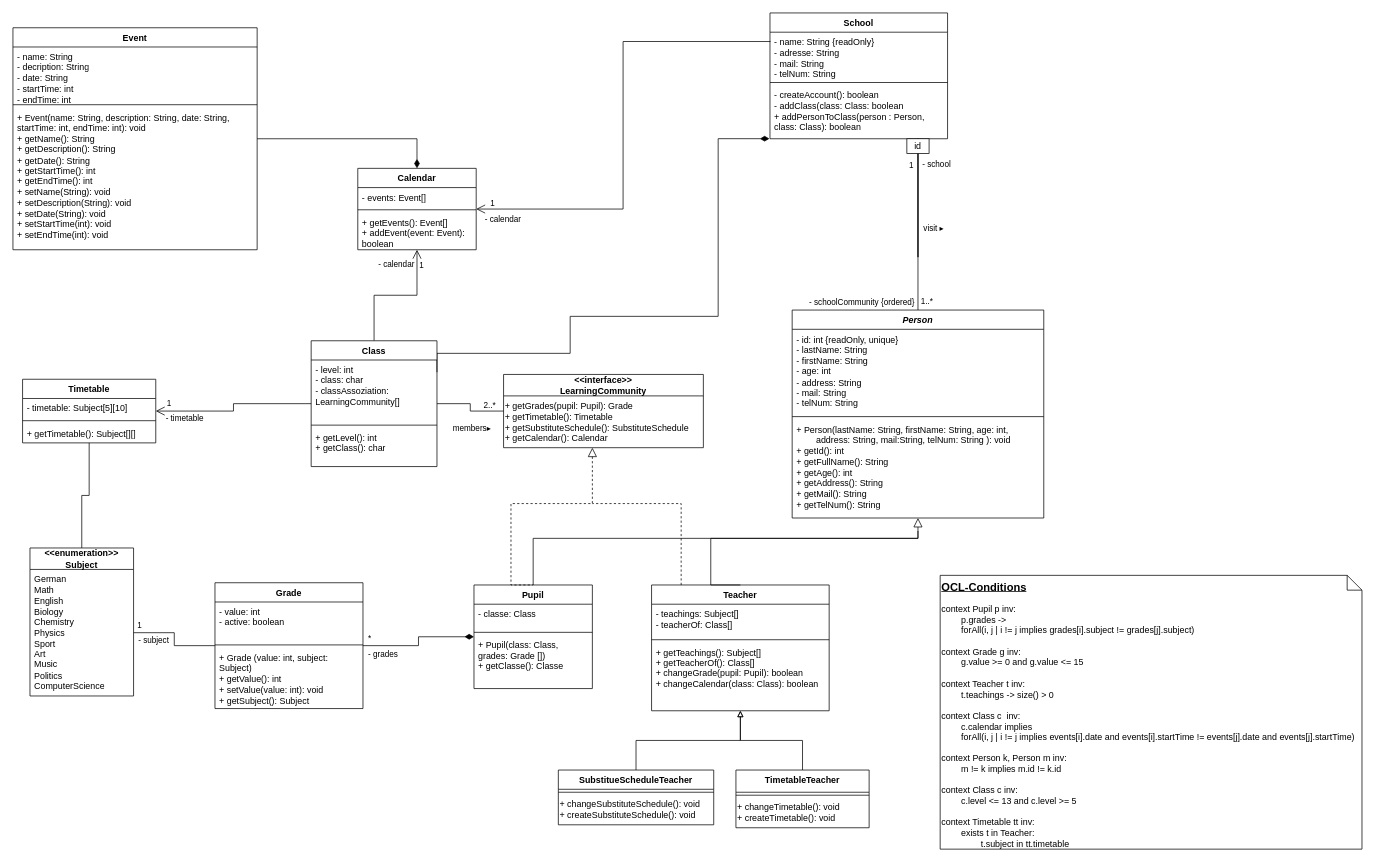
Above: ClassDiagram.drawio in TrainFan1804/SchulverwaltungUML (draw.io), before the change. Source tidied: cells renumbered, new cells numbered last; positions are measured from the earlier drawing's top-left corner, leaving out a move shared by most shapes. Both pictures are drawn from the tidied source at 74%, with x=0, y=0 at pixel (13, 13).
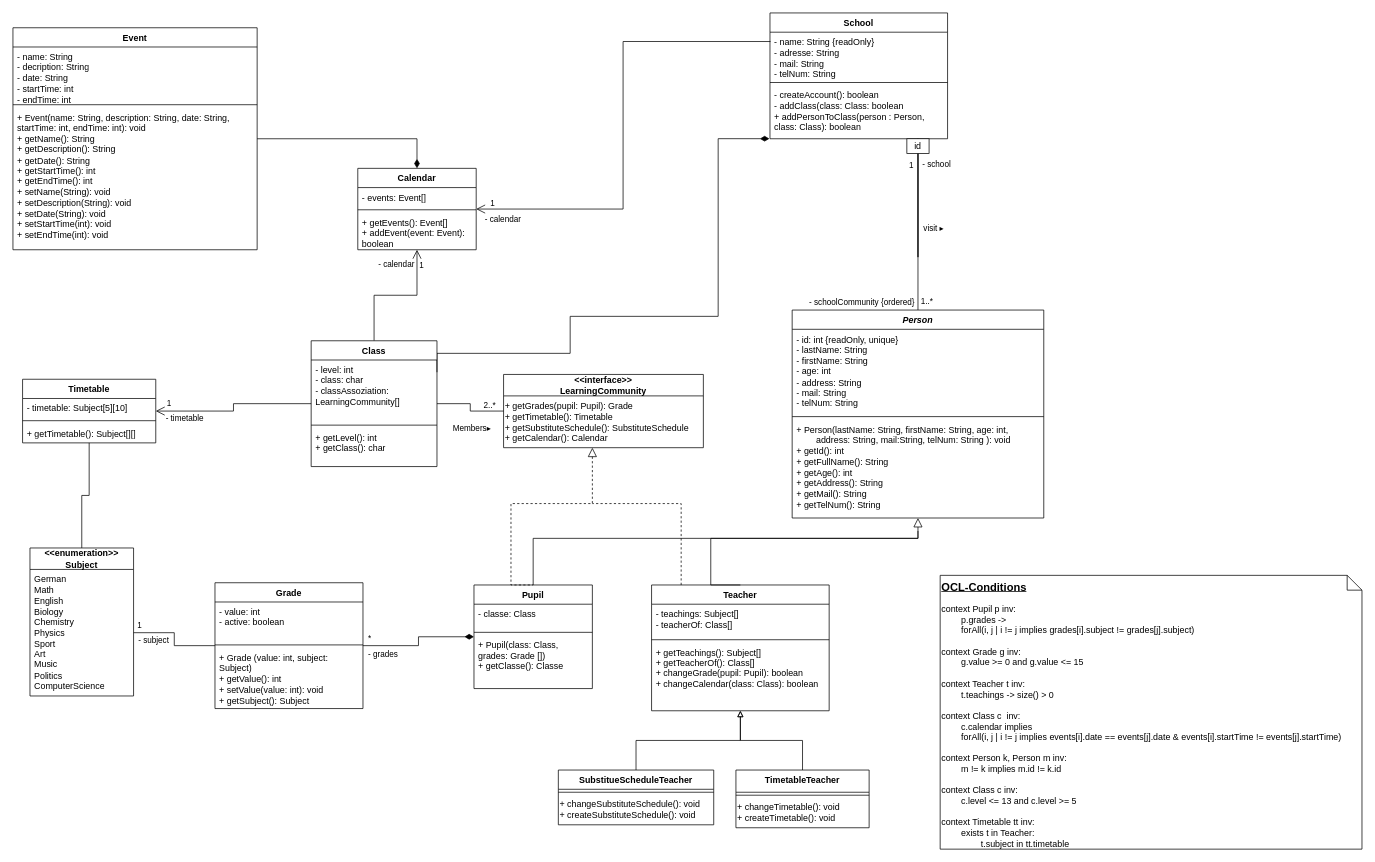
After the change.

The change refers to these unchanged cells:
```xml
<mxCell id="69" style="edgeStyle=orthogonalEdgeStyle;rounded=0;jettySize=auto;html=1;entryX=1;entryY=0.5;entryDx=0;entryDy=0;endArrow=none;endFill=0;" parent="1" edge="1" source="72" target="47">
  <mxGeometry relative="1" as="geometry" />
</mxCell>
```

Change to the diagram source:
```diff
@@
-    <mxCell id="71" value="members▸" style="edgeLabel;html=1;align=center;verticalAlign=middle;" parent="69" vertex="1">
+    <mxCell id="71" value="Members▸" style="edgeLabel;html=1;align=center;verticalAlign=middle;" parent="69" vertex="1">
       <mxGeometry x="-0.24" y="2" relative="1" as="geometry">
         <mxPoint x="-6" y="20" as="offset" />
       </mxGeometry>
     </mxCell>
@@
-    <mxCell id="83" value="&lt;b&gt;&lt;u&gt;&lt;font style=&quot;font-size: 15px;&quot;&gt;OCL-Conditions&lt;/font&gt;&lt;/u&gt;&lt;/b&gt;&lt;div&gt;&lt;br&gt;&lt;/div&gt;&lt;div&gt;context Pupil p inv:&lt;/div&gt;&lt;div&gt;&lt;span style=&quot;white-space: pre;&quot;&gt;&#9;&lt;/span&gt;p.grades -&amp;gt;&amp;nbsp;&lt;/div&gt;&lt;div&gt;&lt;span style=&quot;white-space: pre;&quot;&gt;&#9;&lt;/span&gt;forAll(i, j | i != j implies grades[i].subject !=&amp;nbsp;&lt;span style=&quot;background-color: initial;&quot;&gt;grades[j].subject)&lt;/span&gt;&lt;/div&gt;&lt;div&gt;&lt;span style=&quot;background-color: initial;&quot;&gt;&lt;br&gt;&lt;/span&gt;&lt;/div&gt;&lt;div&gt;&lt;span style=&quot;background-color: initial;&quot;&gt;context Grade g inv:&lt;/span&gt;&lt;/div&gt;&lt;div&gt;&lt;span style=&quot;background-color: initial;&quot;&gt;&lt;span style=&quot;white-space: pre;&quot;&gt;&#9;&lt;/span&gt;g.value &amp;gt;= 0 and g.value &amp;lt;= 15&lt;br&gt;&lt;/span&gt;&lt;/div&gt;&lt;div&gt;&lt;span style=&quot;background-color: initial;&quot;&gt;&lt;br&gt;&lt;/span&gt;&lt;/div&gt;&lt;div&gt;&lt;span style=&quot;background-color: initial;&quot;&gt;&lt;div&gt;context Teacher t inv:&lt;/div&gt;&lt;div&gt;&amp;nbsp;&lt;span style=&quot;white-space: pre;&quot;&gt;&#9;&lt;/span&gt;t.teachings -&amp;gt; size() &amp;gt; 0&lt;/div&gt;&lt;/span&gt;&lt;/div&gt;&lt;div&gt;&lt;br&gt;&lt;/div&gt;&lt;div&gt;&lt;span style=&quot;background-color: initial;&quot;&gt;context Class c&amp;nbsp; inv:&lt;/span&gt;&lt;/div&gt;&lt;div&gt;&lt;span style=&quot;background-color: initial;&quot;&gt;&lt;span style=&quot;white-space: pre;&quot;&gt;&#9;&lt;/span&gt;c.calendar implies&lt;/span&gt;&lt;span style=&quot;background-color: initial;&quot;&gt;&lt;br&gt;&lt;/span&gt;&lt;/div&gt;&lt;div&gt;&lt;span style=&quot;background-color: initial;&quot;&gt;&lt;span style=&quot;white-space: pre;&quot;&gt;&#9;&lt;/span&gt;&lt;/span&gt;&lt;span style=&quot;background-color: initial;&quot;&gt;forAll(i, j | i != j implies events[i].date and&amp;nbsp;&lt;/span&gt;&lt;span style=&quot;background-color: initial;&quot;&gt;events[i].startTime !=&amp;nbsp;&lt;/span&gt;&lt;span style=&quot;background-color: initial;&quot;&gt;events[j].date&amp;nbsp;and&amp;nbsp;&lt;/span&gt;&lt;span style=&quot;background-color: initial;&quot;&gt;events[j].startTime)&lt;/span&gt;&lt;/div&gt;&lt;div&gt;&lt;span style=&quot;background-color: initial;&quot;&gt;&lt;br&gt;&lt;/span&gt;&lt;/div&gt;&lt;div&gt;context Person k, Person m inv:&lt;/div&gt;&lt;div&gt;&lt;span style=&quot;white-space: pre;&quot;&gt;&#9;&lt;/span&gt;m != k implies m.id != k.id&lt;br&gt;&lt;/div&gt;&lt;div&gt;&lt;span style=&quot;background-color: initial;&quot;&gt;&lt;br&gt;&lt;/span&gt;&lt;/div&gt;&lt;div&gt;&lt;span style=&quot;background-color: initial;&quot;&gt;context Class c inv:&lt;/span&gt;&lt;/div&gt;&lt;div&gt;&lt;span style=&quot;background-color: initial;&quot;&gt;&lt;span style=&quot;white-space: pre;&quot;&gt;&#9;&lt;/span&gt;c.level &amp;lt;= 13 and c.level &amp;gt;= 5&lt;br&gt;&lt;/span&gt;&lt;/div&gt;&lt;div&gt;&lt;br&gt;&lt;/div&gt;&lt;div&gt;context Timetable tt inv:&lt;/div&gt;&lt;div&gt;&lt;span style=&quot;white-space: pre;&quot;&gt;&#9;&lt;/span&gt;exists t in Teacher:&lt;br&gt;&lt;/div&gt;&lt;div&gt;&lt;span style=&quot;white-space: pre;&quot;&gt;&#9;&lt;/span&gt;&lt;span style=&quot;white-space: pre;&quot;&gt;&#9;&lt;/span&gt;t.subject in tt.timetable&lt;br&gt;&lt;/div&gt;" style="shape=note;size=20;whiteSpace=wrap;html=1;align=left;verticalAlign=top;" parent="1" vertex="1">
+    <mxCell id="83" value="&lt;b&gt;&lt;u&gt;&lt;font style=&quot;font-size: 15px;&quot;&gt;OCL-Conditions&lt;/font&gt;&lt;/u&gt;&lt;/b&gt;&lt;div&gt;&lt;br&gt;&lt;/div&gt;&lt;div&gt;context Pupil p inv:&lt;/div&gt;&lt;div&gt;&lt;span style=&quot;white-space: pre;&quot;&gt;&#9;&lt;/span&gt;p.grades -&amp;gt;&amp;nbsp;&lt;/div&gt;&lt;div&gt;&lt;span style=&quot;white-space: pre;&quot;&gt;&#9;&lt;/span&gt;forAll(i, j | i != j implies grades[i].subject !=&amp;nbsp;&lt;span style=&quot;background-color: initial;&quot;&gt;grades[j].subject)&lt;/span&gt;&lt;/div&gt;&lt;div&gt;&lt;span style=&quot;background-color: initial;&quot;&gt;&lt;br&gt;&lt;/span&gt;&lt;/div&gt;&lt;div&gt;&lt;span style=&quot;background-color: initial;&quot;&gt;context Grade g inv:&lt;/span&gt;&lt;/div&gt;&lt;div&gt;&lt;span style=&quot;background-color: initial;&quot;&gt;&lt;span style=&quot;white-space: pre;&quot;&gt;&#9;&lt;/span&gt;g.value &amp;gt;= 0 and g.value &amp;lt;= 15&lt;br&gt;&lt;/span&gt;&lt;/div&gt;&lt;div&gt;&lt;span style=&quot;background-color: initial;&quot;&gt;&lt;br&gt;&lt;/span&gt;&lt;/div&gt;&lt;div&gt;&lt;span style=&quot;background-color: initial;&quot;&gt;&lt;div&gt;context Teacher t inv:&lt;/div&gt;&lt;div&gt;&amp;nbsp;&lt;span style=&quot;white-space: pre;&quot;&gt;&#9;&lt;/span&gt;t.teachings -&amp;gt; size() &amp;gt; 0&lt;/div&gt;&lt;/span&gt;&lt;/div&gt;&lt;div&gt;&lt;br&gt;&lt;/div&gt;&lt;div&gt;&lt;span style=&quot;background-color: initial;&quot;&gt;context Class c&amp;nbsp; inv:&lt;/span&gt;&lt;/div&gt;&lt;div&gt;&lt;span style=&quot;background-color: initial;&quot;&gt;&lt;span style=&quot;white-space: pre;&quot;&gt;&#9;&lt;/span&gt;c.calendar implies&lt;/span&gt;&lt;span style=&quot;background-color: initial;&quot;&gt;&lt;br&gt;&lt;/span&gt;&lt;/div&gt;&lt;div&gt;&lt;span style=&quot;background-color: initial;&quot;&gt;&lt;span style=&quot;white-space: pre;&quot;&gt;&#9;&lt;/span&gt;&lt;/span&gt;&lt;span style=&quot;background-color: initial;&quot;&gt;forAll(i, j | i != j implies events[i].date ==&lt;/span&gt;&lt;span style=&quot;background-color: initial;&quot;&gt;&amp;nbsp;&lt;/span&gt;&lt;span style=&quot;background-color: initial;&quot;&gt;events[j].date&amp;nbsp;&lt;/span&gt;&lt;span style=&quot;background-color: initial;&quot;&gt;&amp;amp;&amp;nbsp;&lt;/span&gt;&lt;span style=&quot;background-color: initial;&quot;&gt;events[i].startTime !=&lt;/span&gt;&lt;span style=&quot;background-color: initial;&quot;&gt;&amp;nbsp;&lt;/span&gt;&lt;span style=&quot;background-color: initial;&quot;&gt;events[j].startTime)&lt;/span&gt;&lt;/div&gt;&lt;div&gt;&lt;span style=&quot;background-color: initial;&quot;&gt;&lt;br&gt;&lt;/span&gt;&lt;/div&gt;&lt;div&gt;context Person k, Person m inv:&lt;/div&gt;&lt;div&gt;&lt;span style=&quot;white-space: pre;&quot;&gt;&#9;&lt;/span&gt;m != k implies m.id != k.id&lt;br&gt;&lt;/div&gt;&lt;div&gt;&lt;span style=&quot;background-color: initial;&quot;&gt;&lt;br&gt;&lt;/span&gt;&lt;/div&gt;&lt;div&gt;&lt;span style=&quot;background-color: initial;&quot;&gt;context Class c inv:&lt;/span&gt;&lt;/div&gt;&lt;div&gt;&lt;span style=&quot;background-color: initial;&quot;&gt;&lt;span style=&quot;white-space: pre;&quot;&gt;&#9;&lt;/span&gt;c.level &amp;lt;= 13 and c.level &amp;gt;= 5&lt;br&gt;&lt;/span&gt;&lt;/div&gt;&lt;div&gt;&lt;br&gt;&lt;/div&gt;&lt;div&gt;context Timetable tt inv:&lt;/div&gt;&lt;div&gt;&lt;span style=&quot;white-space: pre;&quot;&gt;&#9;&lt;/span&gt;exists t in Teacher:&lt;br&gt;&lt;/div&gt;&lt;div&gt;&lt;span style=&quot;white-space: pre;&quot;&gt;&#9;&lt;/span&gt;&lt;span style=&quot;white-space: pre;&quot;&gt;&#9;&lt;/span&gt;t.subject in tt.timetable&lt;br&gt;&lt;/div&gt;" style="shape=note;size=20;whiteSpace=wrap;html=1;align=left;verticalAlign=top;" parent="1" vertex="1">
       <mxGeometry x="1253" y="760" width="570" height="370" as="geometry" />
     </mxCell>
```
